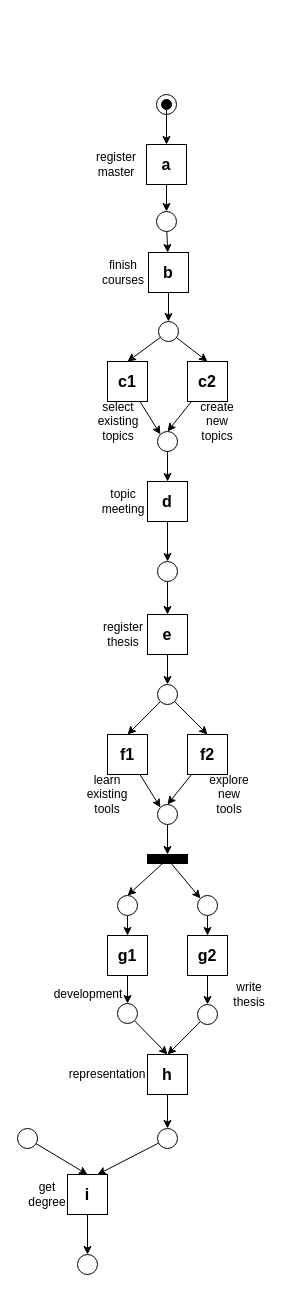
Before: page "change-order" (3 of 5) of dataset/demo-example/master-study-process.drawio in KFDing/masterthesis, a draw.io diagram. Source tidied: cells renumbered, new cells numbered last; positions are measured from the earlier drawing's top-left corner, leaving out a move shared by most shapes. Both pictures are drawn from the tidied source at 100%, with x=0, y=0 at pixel (17, 94).
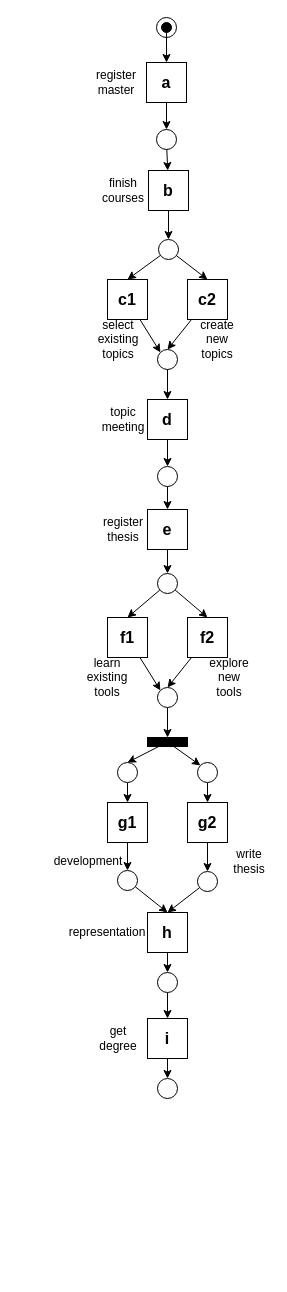
The same page after the edit.

Diff of the diagram source:
```diff
@@
     <mxCell id="2" style="group;fixDash=1;" parent="1" vertex="1">
-      <mxGeometry x="139" width="20" height="20" as="geometry" />
+      <mxGeometry x="139" y="-77" width="20" height="20" as="geometry" />
     </mxCell>
@@
     <mxCell id="7" style="rounded=0;whiteSpace=wrap;html=1;fillColor=#000000;" parent="1" vertex="1">
-      <mxGeometry x="130" y="760" width="40" height="9" as="geometry" />
+      <mxGeometry x="130" y="643" width="40" height="9" as="geometry" />
     </mxCell>
@@
     <mxCell id="9" value="&lt;b&gt;&lt;font style=&quot;font-size: 16px&quot;&gt;a&lt;/font&gt;&lt;/b&gt;" style="rounded=0;whiteSpace=wrap;html=1;fillColor=none;" parent="1" vertex="1">
-      <mxGeometry x="129" y="50" width="40" height="40" as="geometry" />
+      <mxGeometry x="129" y="-32" width="40" height="40" as="geometry" />
     </mxCell>
@@
     <mxCell id="12" style="ellipse;whiteSpace=wrap;html=1;fillColor=none;" parent="1" vertex="1">
-      <mxGeometry x="141" y="227" width="20" height="20" as="geometry" />
+      <mxGeometry x="141" y="145" width="20" height="20" as="geometry" />
     </mxCell>
@@
     <mxCell id="14" style="ellipse;whiteSpace=wrap;html=1;fillColor=none;" parent="1" vertex="1">
-      <mxGeometry x="139" y="117" width="20" height="20" as="geometry" />
+      <mxGeometry x="139" y="35" width="20" height="20" as="geometry" />
     </mxCell>
@@
     <mxCell id="16" style="ellipse;whiteSpace=wrap;html=1;fillColor=none;" parent="1" vertex="1">
-      <mxGeometry x="140" y="337" width="20" height="20" as="geometry" />
+      <mxGeometry x="140" y="255" width="20" height="20" as="geometry" />
     </mxCell>
@@
     <mxCell id="18" value="&lt;b&gt;&lt;font style=&quot;font-size: 16px&quot;&gt;c1&lt;/font&gt;&lt;/b&gt;" style="rounded=0;whiteSpace=wrap;html=1;fillColor=none;" parent="1" vertex="1">
-      <mxGeometry x="90" y="267" width="40" height="40" as="geometry" />
+      <mxGeometry x="90" y="185" width="40" height="40" as="geometry" />
     </mxCell>
@@
     <mxCell id="20" value="&lt;b&gt;&lt;font style=&quot;font-size: 16px&quot;&gt;c2&lt;/font&gt;&lt;/b&gt;" style="rounded=0;whiteSpace=wrap;html=1;fillColor=none;" parent="1" vertex="1">
-      <mxGeometry x="170" y="267" width="40" height="40" as="geometry" />
+      <mxGeometry x="170" y="185" width="40" height="40" as="geometry" />
     </mxCell>
@@
     <mxCell id="22" value="&lt;b&gt;&lt;font style=&quot;font-size: 16px&quot;&gt;d&lt;/font&gt;&lt;/b&gt;" style="rounded=0;whiteSpace=wrap;html=1;fillColor=none;" parent="1" vertex="1">
-      <mxGeometry x="130" y="387" width="40" height="40" as="geometry" />
+      <mxGeometry x="130" y="305" width="40" height="40" as="geometry" />
     </mxCell>
@@
     <mxCell id="24" value="&lt;b&gt;&lt;font style=&quot;font-size: 16px&quot;&gt;e&lt;/font&gt;&lt;/b&gt;" style="rounded=0;whiteSpace=wrap;html=1;fillColor=none;" parent="1" vertex="1">
-      <mxGeometry x="130" y="520" width="40" height="40" as="geometry" />
+      <mxGeometry x="130" y="415" width="40" height="40" as="geometry" />
     </mxCell>
@@
     <mxCell id="26" value="&lt;b&gt;&lt;font style=&quot;font-size: 16px&quot;&gt;f1&lt;/font&gt;&lt;/b&gt;" style="rounded=0;whiteSpace=wrap;html=1;fillColor=none;" parent="1" vertex="1">
-      <mxGeometry x="90" y="640" width="40" height="40" as="geometry" />
+      <mxGeometry x="90" y="523" width="40" height="40" as="geometry" />
     </mxCell>
@@
     <mxCell id="28" value="&lt;b&gt;&lt;font style=&quot;font-size: 16px&quot;&gt;f2&lt;/font&gt;&lt;/b&gt;" style="rounded=0;whiteSpace=wrap;html=1;fillColor=none;" parent="1" vertex="1">
-      <mxGeometry x="170" y="640" width="40" height="40" as="geometry" />
+      <mxGeometry x="170" y="523" width="40" height="40" as="geometry" />
     </mxCell>
@@
     <mxCell id="30" value="&lt;b&gt;&lt;font style=&quot;font-size: 16px&quot;&gt;g2&lt;/font&gt;&lt;/b&gt;" style="rounded=0;whiteSpace=wrap;html=1;fillColor=none;" parent="1" vertex="1">
-      <mxGeometry x="170" y="841" width="40" height="40" as="geometry" />
+      <mxGeometry x="170" y="708" width="40" height="40" as="geometry" />
     </mxCell>
@@
     <mxCell id="32" value="&lt;b&gt;&lt;font style=&quot;font-size: 16px&quot;&gt;g1&lt;/font&gt;&lt;/b&gt;" style="rounded=0;whiteSpace=wrap;html=1;fillColor=none;" parent="1" vertex="1">
-      <mxGeometry x="90" y="841" width="40" height="40" as="geometry" />
+      <mxGeometry x="90" y="708" width="40" height="40" as="geometry" />
     </mxCell>
@@
     <mxCell id="37" style="ellipse;whiteSpace=wrap;html=1;" parent="1" vertex="1">
-      <mxGeometry x="140" y="590" width="20" height="20" as="geometry" />
+      <mxGeometry x="140" y="479" width="20" height="20" as="geometry" />
     </mxCell>
@@
     <mxCell id="39" style="ellipse;whiteSpace=wrap;html=1;" parent="1" vertex="1">
-      <mxGeometry x="140" y="710" width="20" height="20" as="geometry" />
+      <mxGeometry x="140" y="593" width="20" height="20" as="geometry" />
     </mxCell>
@@
     <mxCell id="41" style="ellipse;whiteSpace=wrap;html=1;" parent="1" vertex="1">
-      <mxGeometry x="180" y="801" width="20" height="20" as="geometry" />
+      <mxGeometry x="180" y="668" width="20" height="20" as="geometry" />
     </mxCell>
     <mxCell id="42" value="create new topics" style="text;html=1;strokeColor=none;fillColor=none;align=center;verticalAlign=middle;whiteSpace=wrap;rounded=0;" parent="1" vertex="1">
-      <mxGeometry x="180" y="317" width="40" height="20" as="geometry" />
+      <mxGeometry x="180" y="235" width="40" height="20" as="geometry" />
     </mxCell>
     <mxCell id="43" value="select existing topics" style="text;html=1;strokeColor=none;fillColor=none;align=center;verticalAlign=middle;whiteSpace=wrap;rounded=0;" parent="1" vertex="1">
-      <mxGeometry x="81" y="317" width="40" height="20" as="geometry" />
+      <mxGeometry x="81" y="235" width="40" height="20" as="geometry" />
     </mxCell>
     <mxCell id="44" value="register master" style="text;html=1;strokeColor=none;fillColor=none;align=center;verticalAlign=middle;whiteSpace=wrap;rounded=0;" parent="1" vertex="1">
-      <mxGeometry x="79" y="60" width="40" height="20" as="geometry" />
+      <mxGeometry x="79" y="-22" width="40" height="20" as="geometry" />
     </mxCell>
     <mxCell id="45" value="topic meeting" style="text;html=1;strokeColor=none;fillColor=none;align=center;verticalAlign=middle;whiteSpace=wrap;rounded=0;" parent="1" vertex="1">
-      <mxGeometry x="86" y="397" width="40" height="20" as="geometry" />
+      <mxGeometry x="86" y="315" width="40" height="20" as="geometry" />
     </mxCell>
     <mxCell id="46" value="register thesis" style="text;html=1;strokeColor=none;fillColor=none;align=center;verticalAlign=middle;whiteSpace=wrap;rounded=0;" parent="1" vertex="1">
-      <mxGeometry x="86" y="530" width="40" height="20" as="geometry" />
+      <mxGeometry x="86" y="425" width="40" height="20" as="geometry" />
     </mxCell>
     <mxCell id="47" value="learn existing tools" style="text;html=1;strokeColor=none;fillColor=none;align=center;verticalAlign=middle;whiteSpace=wrap;rounded=0;" parent="1" vertex="1">
-      <mxGeometry x="70" y="690" width="40" height="20" as="geometry" />
+      <mxGeometry x="70" y="573" width="40" height="20" as="geometry" />
     </mxCell>
     <mxCell id="48" value="explore new tools" style="text;html=1;strokeColor=none;fillColor=none;align=center;verticalAlign=middle;whiteSpace=wrap;rounded=0;" parent="1" vertex="1">
-      <mxGeometry x="192" y="690" width="40" height="20" as="geometry" />
+      <mxGeometry x="192" y="573" width="40" height="20" as="geometry" />
     </mxCell>
@@
     <mxCell id="50" style="ellipse;whiteSpace=wrap;html=1;" parent="1" vertex="1">
-      <mxGeometry x="100" y="801" width="20" height="20" as="geometry" />
+      <mxGeometry x="100" y="668" width="20" height="20" as="geometry" />
     </mxCell>
-    <mxCell id="51" style="edgeStyle=none;rounded=0;jettySize=auto;html=1;" parent="1" edge="1" source="52">
-      <mxGeometry relative="1" as="geometry">
-        <mxPoint x="150" y="960" as="targetPoint" />
-      </mxGeometry>
+    <mxCell id="51" style="edgeStyle=none;rounded=0;jettySize=auto;html=1;entryX=0.5;entryY=0;entryDx=0;entryDy=0;" parent="1" edge="1" source="52" target="56">
+      <mxGeometry relative="1" as="geometry" />
     </mxCell>
     <mxCell id="52" style="ellipse;whiteSpace=wrap;html=1;" parent="1" vertex="1">
-      <mxGeometry x="180" y="910" width="20" height="20" as="geometry" />
+      <mxGeometry x="180" y="777" width="20" height="20" as="geometry" />
     </mxCell>
@@
     <mxCell id="54" style="ellipse;whiteSpace=wrap;html=1;" parent="1" vertex="1">
-      <mxGeometry x="100" y="909" width="20" height="20" as="geometry" />
+      <mxGeometry x="100" y="776" width="20" height="20" as="geometry" />
     </mxCell>
@@
     <mxCell id="56" value="&lt;span style=&quot;font-size: 16px&quot;&gt;&lt;b&gt;h&lt;/b&gt;&lt;/span&gt;" style="rounded=0;whiteSpace=wrap;html=1;fillColor=none;" parent="1" vertex="1">
-      <mxGeometry x="130" y="960" width="40" height="40" as="geometry" />
+      <mxGeometry x="130" y="818" width="40" height="40" as="geometry" />
     </mxCell>
-    <mxCell id="57" style="edgeStyle=none;rounded=0;jettySize=auto;html=1;entryX=0.75;entryY=0;entryDx=0;entryDy=0;" parent="1" edge="1" source="58" target="60">
+    <mxCell id="57" style="edgeStyle=none;rounded=0;jettySize=auto;html=1;entryX=0.5;entryY=0;entryDx=0;entryDy=0;" parent="1" edge="1" source="58" target="60">
       <mxGeometry relative="1" as="geometry" />
     </mxCell>
     <mxCell id="58" style="ellipse;whiteSpace=wrap;html=1;" parent="1" vertex="1">
-      <mxGeometry x="140" y="1034" width="20" height="20" as="geometry" />
+      <mxGeometry x="140" y="878" width="20" height="20" as="geometry" />
     </mxCell>
@@
     <mxCell id="60" value="&lt;b&gt;&lt;font style=&quot;font-size: 16px&quot;&gt;i&lt;/font&gt;&lt;/b&gt;" style="rounded=0;whiteSpace=wrap;html=1;fillColor=none;" parent="1" vertex="1">
-      <mxGeometry x="50" y="1080" width="40" height="40" as="geometry" />
+      <mxGeometry x="130" y="924" width="40" height="40" as="geometry" />
     </mxCell>
@@
     <mxCell id="62" value="&lt;b&gt;&lt;font style=&quot;font-size: 16px&quot;&gt;b&lt;/font&gt;&lt;/b&gt;" style="rounded=0;whiteSpace=wrap;html=1;fillColor=none;" parent="1" vertex="1">
-      <mxGeometry x="131" y="158" width="40" height="40" as="geometry" />
+      <mxGeometry x="131" y="76" width="40" height="40" as="geometry" />
     </mxCell>
-    <mxCell id="63" style="edgeStyle=none;rounded=0;jettySize=auto;html=1;entryX=0.5;entryY=0;entryDx=0;entryDy=0;" parent="1" edge="1" source="64" target="60">
-      <mxGeometry relative="1" as="geometry" />
-    </mxCell>
-    <mxCell id="64" style="ellipse;whiteSpace=wrap;html=1;" parent="1" vertex="1">
-      <mxGeometry y="1034" width="20" height="20" as="geometry" />
-    </mxCell>
     <mxCell id="65" style="ellipse;whiteSpace=wrap;html=1;" parent="1" vertex="1">
-      <mxGeometry x="60" y="1160" width="20" height="20" as="geometry" />
+      <mxGeometry x="140" y="984" width="20" height="20" as="geometry" />
     </mxCell>
     <mxCell id="66" value="get degree" style="text;html=1;strokeColor=none;fillColor=none;align=center;verticalAlign=middle;whiteSpace=wrap;rounded=0;" parent="1" vertex="1">
-      <mxGeometry x="10" y="1090" width="40" height="20" as="geometry" />
+      <mxGeometry x="81" y="934" width="40" height="20" as="geometry" />
     </mxCell>
     <mxCell id="67" value="finish courses" style="text;html=1;strokeColor=none;fillColor=none;align=center;verticalAlign=middle;whiteSpace=wrap;rounded=0;" parent="1" vertex="1">
-      <mxGeometry x="86" y="168" width="40" height="20" as="geometry" />
+      <mxGeometry x="86" y="86" width="40" height="20" as="geometry" />
     </mxCell>
     <mxCell id="68" value="development" style="text;html=1;strokeColor=none;fillColor=none;align=center;verticalAlign=middle;whiteSpace=wrap;rounded=0;" parent="1" vertex="1">
-      <mxGeometry x="51" y="890" width="40" height="20" as="geometry" />
+      <mxGeometry x="51" y="757" width="40" height="20" as="geometry" />
     </mxCell>
     <mxCell id="69" value="write thesis" style="text;html=1;strokeColor=none;fillColor=none;align=center;verticalAlign=middle;whiteSpace=wrap;rounded=0;" parent="1" vertex="1">
-      <mxGeometry x="212" y="890" width="40" height="20" as="geometry" />
+      <mxGeometry x="212" y="757" width="40" height="20" as="geometry" />
     </mxCell>
     <mxCell id="70" value="representation" style="text;html=1;strokeColor=none;fillColor=none;align=center;verticalAlign=middle;whiteSpace=wrap;rounded=0;" parent="1" vertex="1">
-      <mxGeometry x="70" y="970" width="40" height="20" as="geometry" />
+      <mxGeometry x="70" y="828" width="40" height="20" as="geometry" />
     </mxCell>
     <mxCell id="71" style="ellipse;whiteSpace=wrap;html=1;fillColor=none;" parent="1" vertex="1">
-      <mxGeometry x="140" y="467" width="20" height="20" as="geometry" />
+      <mxGeometry x="140" y="372" width="20" height="20" as="geometry" />
     </mxCell>
```
